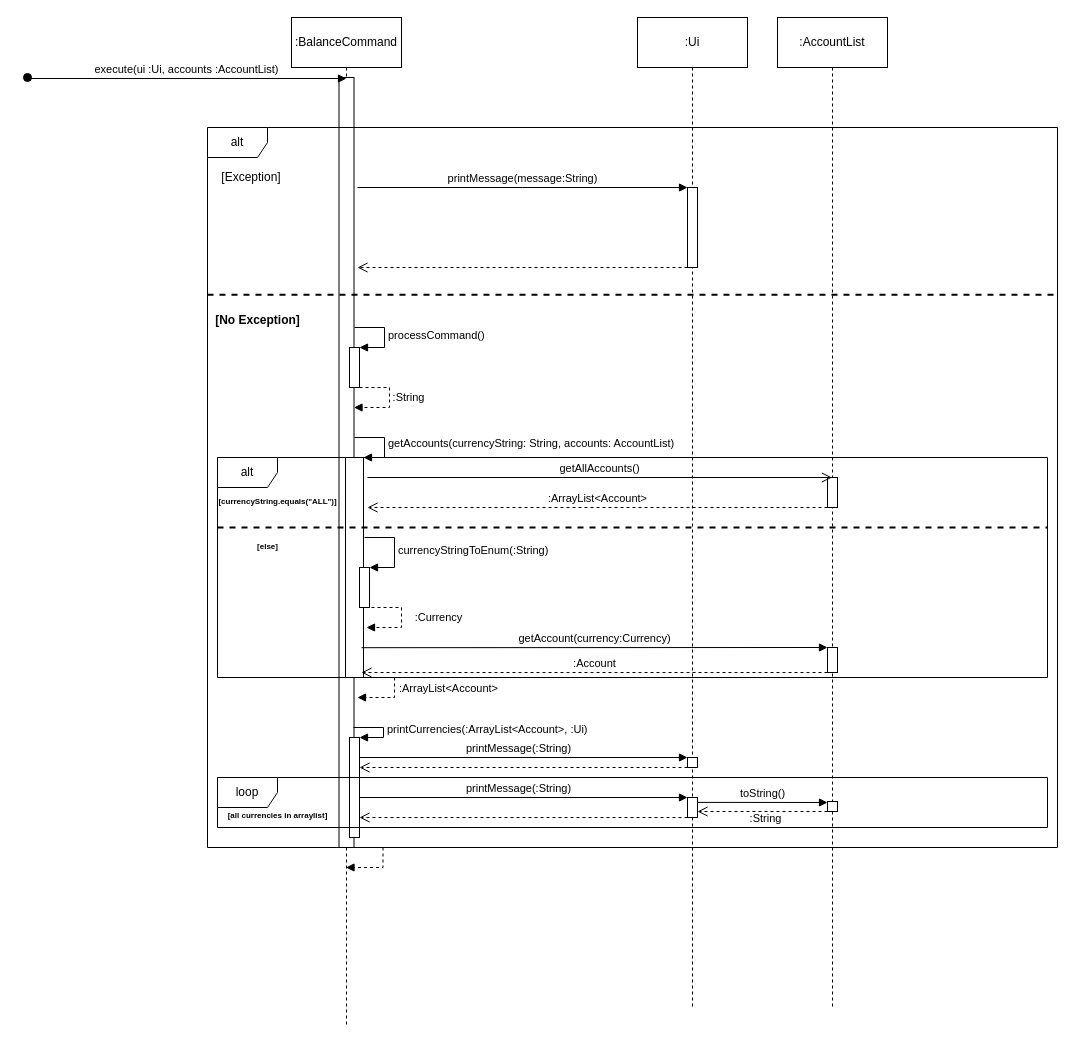
The draw.io diagram docs/diagrams/Balance.drawio in woowenjun99/tp, before the edit. Source tidied: cells renumbered, new cells numbered last; positions are measured from the earlier drawing's top-left corner, leaving out a move shared by most shapes. Both pictures are drawn from the tidied source at 100%, with x=0, y=0 at pixel (27, 17).
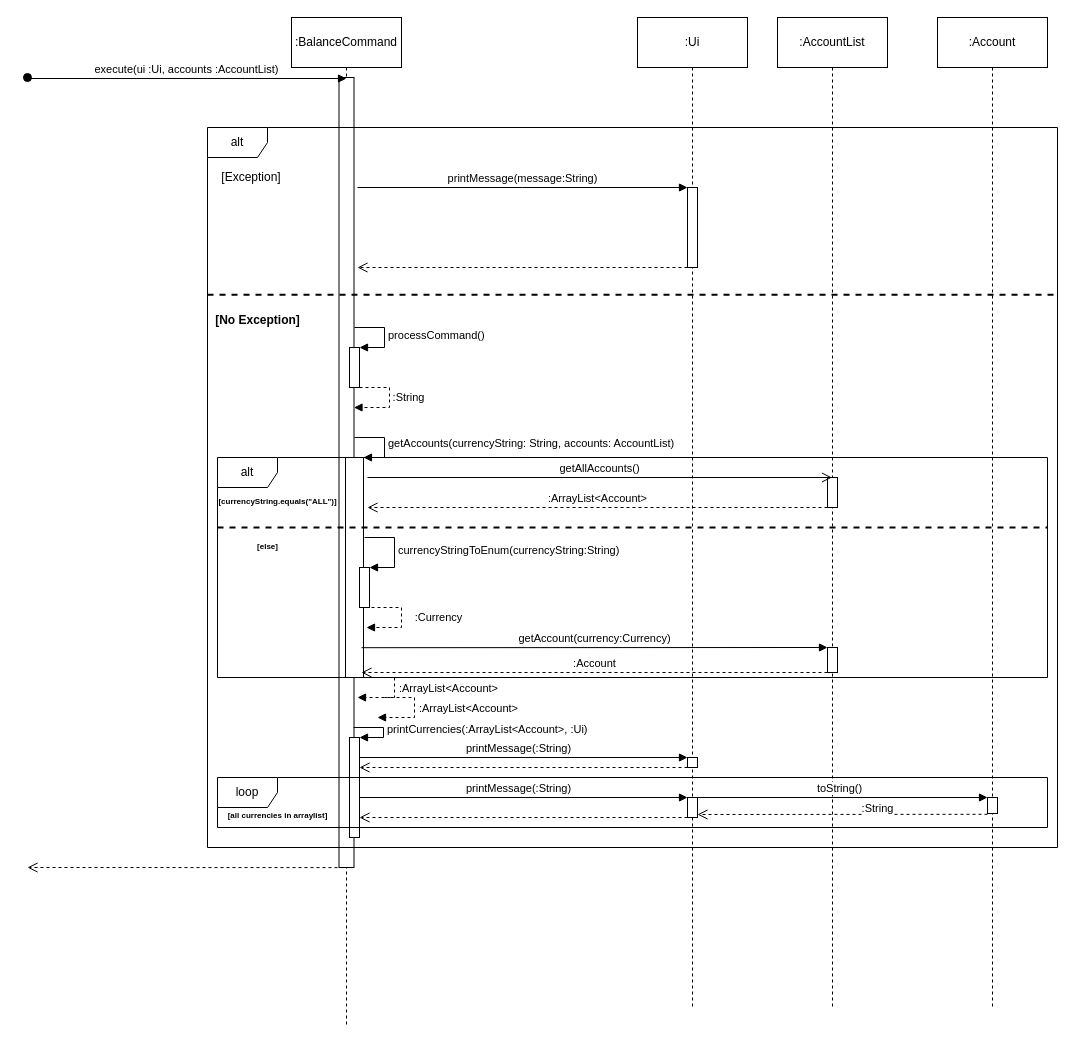
The same diagram, later.

Unchanged cells that the change refers to:
```xml
<mxCell id="2" style="shape=umlLifeline;perimeter=lifelinePerimeter;whiteSpace=wrap;html=1;newEdgeStyle={&quot;edgeStyle&quot;:&quot;elbowEdgeStyle&quot;,&quot;elbow&quot;:&quot;vertical&quot;,&quot;curved&quot;:0,&quot;rounded&quot;:0};participant=umlEntity;" parent="1" vertex="1">
  <mxGeometry x="299" y="10" width="40" height="1000" as="geometry" />
</mxCell>
<mxCell id="30" style="html=1;points=[];perimeter=orthogonalPerimeter;outlineConnect=0;targetShapes=umlLifeline;portConstraint=eastwest;newEdgeStyle={&quot;edgeStyle&quot;:&quot;elbowEdgeStyle&quot;,&quot;elbow&quot;:&quot;vertical&quot;,&quot;curved&quot;:0,&quot;rounded&quot;:0};" parent="1" vertex="1">
  <mxGeometry x="332" y="550" width="10" height="40" as="geometry" />
</mxCell>
<mxCell id="42" style="html=1;points=[];perimeter=orthogonalPerimeter;outlineConnect=0;targetShapes=umlLifeline;portConstraint=eastwest;newEdgeStyle={&quot;edgeStyle&quot;:&quot;elbowEdgeStyle&quot;,&quot;elbow&quot;:&quot;vertical&quot;,&quot;curved&quot;:0,&quot;rounded&quot;:0};" parent="1" vertex="1">
  <mxGeometry x="660" y="780" width="10" height="20" as="geometry" />
</mxCell>
```

Change to the diagram source:
```diff
@@
     <mxCell id="3" style="html=1;points=[];perimeter=orthogonalPerimeter;outlineConnect=0;targetShapes=umlLifeline;portConstraint=eastwest;newEdgeStyle={&quot;edgeStyle&quot;:&quot;elbowEdgeStyle&quot;,&quot;elbow&quot;:&quot;vertical&quot;,&quot;curved&quot;:0,&quot;rounded&quot;:0};" parent="2" vertex="1">
-      <mxGeometry x="12.5" y="50" width="15" height="770" as="geometry" />
+      <mxGeometry x="12.5" y="50" width="15" height="790" as="geometry" />
     </mxCell>
@@
-    <mxCell id="31" value="currencyStringToEnum(:String)" style="html=1;align=left;spacingLeft=2;endArrow=block;rounded=0;edgeStyle=orthogonalEdgeStyle;curved=0;rounded=0;" parent="1" edge="1" target="30">
+    <mxCell id="31" value="currencyStringToEnum(currencyString:String)" style="html=1;align=left;spacingLeft=2;endArrow=block;rounded=0;edgeStyle=orthogonalEdgeStyle;curved=0;rounded=0;" parent="1" edge="1" target="30">
       <mxGeometry relative="1" as="geometry">
         <mxPoint x="337" y="520" as="sourcePoint" />
         <Array as="points">
           <mxPoint x="367" y="550" />
         </Array>
       </mxGeometry>
     </mxCell>
@@
-    <mxCell id="45" style="html=1;align=left;spacingLeft=2;endArrow=block;rounded=0;edgeStyle=orthogonalEdgeStyle;curved=0;rounded=0;dashed=1;" parent="1" edge="1">
-      <mxGeometry relative="1" as="geometry">
-        <mxPoint x="325.5" y="830" as="sourcePoint" />
-        <mxPoint x="318.5" y="850" as="targetPoint" />
-        <Array as="points">
-          <mxPoint x="355.5" y="830" />
-          <mxPoint x="355.5" y="850" />
-        </Array>
-      </mxGeometry>
-    </mxCell>
@@
+    <mxCell id="51" value="toString()" style="html=1;verticalAlign=bottom;endArrow=block;edgeStyle=elbowEdgeStyle;elbow=vertical;curved=0;rounded=0;" parent="1" edge="1" target="50">
+      <mxGeometry relative="1" as="geometry">
+        <mxPoint x="670" y="784.9" as="sourcePoint" />
+        <Array as="points">
+          <mxPoint x="770" y="780" />
+        </Array>
+      </mxGeometry>
+    </mxCell>
+    <mxCell id="53" style="html=1;verticalAlign=bottom;endArrow=open;dashed=1;endSize=8;edgeStyle=elbowEdgeStyle;elbow=vertical;curved=0;rounded=0;" parent="1" edge="1">
+      <mxGeometry relative="1" as="geometry">
+        <mxPoint x="310" y="850.1" as="sourcePoint" />
+        <mxPoint y="850" as="targetPoint" />
+      </mxGeometry>
+    </mxCell>
+    <mxCell id="54" style="html=1;align=left;spacingLeft=2;endArrow=block;rounded=0;edgeStyle=orthogonalEdgeStyle;curved=0;rounded=0;dashed=1;" parent="1" edge="1">
+      <mxGeometry relative="1" as="geometry">
+        <mxPoint x="357" y="680" as="sourcePoint" />
+        <mxPoint x="350" y="700" as="targetPoint" />
+        <Array as="points">
+          <mxPoint x="387" y="680" />
+          <mxPoint x="387" y="700" />
+        </Array>
+      </mxGeometry>
+    </mxCell>
+    <mxCell id="55" value=":ArrayList&amp;lt;Account&amp;gt;" style="edgeLabel;html=1;align=center;verticalAlign=middle;" parent="54" vertex="1">
+      <mxGeometry x="-0.08" y="-1" relative="1" as="geometry">
+        <mxPoint x="54" as="offset" />
+      </mxGeometry>
+    </mxCell>
+    <mxCell id="56" style="shape=umlLifeline;perimeter=lifelinePerimeter;whiteSpace=wrap;html=1;newEdgeStyle={&quot;edgeStyle&quot;:&quot;elbowEdgeStyle&quot;,&quot;elbow&quot;:&quot;vertical&quot;,&quot;curved&quot;:0,&quot;rounded&quot;:0};participant=umlEntity;" parent="1" vertex="1">
+      <mxGeometry x="945" y="10" width="40" height="980" as="geometry" />
+    </mxCell>
-    <mxCell id="50" style="html=1;points=[];perimeter=orthogonalPerimeter;outlineConnect=0;targetShapes=umlLifeline;portConstraint=eastwest;newEdgeStyle={&quot;edgeStyle&quot;:&quot;elbowEdgeStyle&quot;,&quot;elbow&quot;:&quot;vertical&quot;,&quot;curved&quot;:0,&quot;rounded&quot;:0};" parent="1" vertex="1">
-      <mxGeometry x="800" y="784" width="10" height="10" as="geometry" />
+    <mxCell id="50" style="html=1;points=[];perimeter=orthogonalPerimeter;outlineConnect=0;targetShapes=umlLifeline;portConstraint=eastwest;newEdgeStyle={&quot;edgeStyle&quot;:&quot;elbowEdgeStyle&quot;,&quot;elbow&quot;:&quot;vertical&quot;,&quot;curved&quot;:0,&quot;rounded&quot;:0};" parent="56" vertex="1">
+      <mxGeometry x="15" y="770" width="10" height="16" as="geometry" />
     </mxCell>
-    <mxCell id="51" value="toString()" style="html=1;verticalAlign=bottom;endArrow=block;edgeStyle=elbowEdgeStyle;elbow=vertical;curved=0;rounded=0;" parent="1" edge="1" target="50">
-      <mxGeometry relative="1" as="geometry">
-        <mxPoint x="670" y="784.9" as="sourcePoint" />
-      </mxGeometry>
-    </mxCell>
+    <mxCell id="57" value=":Account" style="html=1;whiteSpace=wrap;" parent="1" vertex="1">
+      <mxGeometry x="910" width="110" height="50" as="geometry" />
+    </mxCell>
-    <mxCell id="52" value=":String" style="html=1;verticalAlign=bottom;endArrow=open;dashed=1;endSize=8;edgeStyle=elbowEdgeStyle;elbow=vertical;curved=0;rounded=0;" parent="1" edge="1" source="50">
-      <mxGeometry x="-0.04" y="16" relative="1" as="geometry">
-        <mxPoint x="670" y="794" as="targetPoint" />
+    <mxCell id="52" value=":String" style="html=1;verticalAlign=bottom;endArrow=open;dashed=1;endSize=8;edgeStyle=elbowEdgeStyle;elbow=vertical;curved=0;rounded=0;" parent="1" edge="1" target="42">
+      <mxGeometry x="-0.24" y="3" relative="1" as="geometry">
+        <mxPoint x="960" y="796.8" as="sourcePoint" />
       </mxGeometry>
     </mxCell>
```
